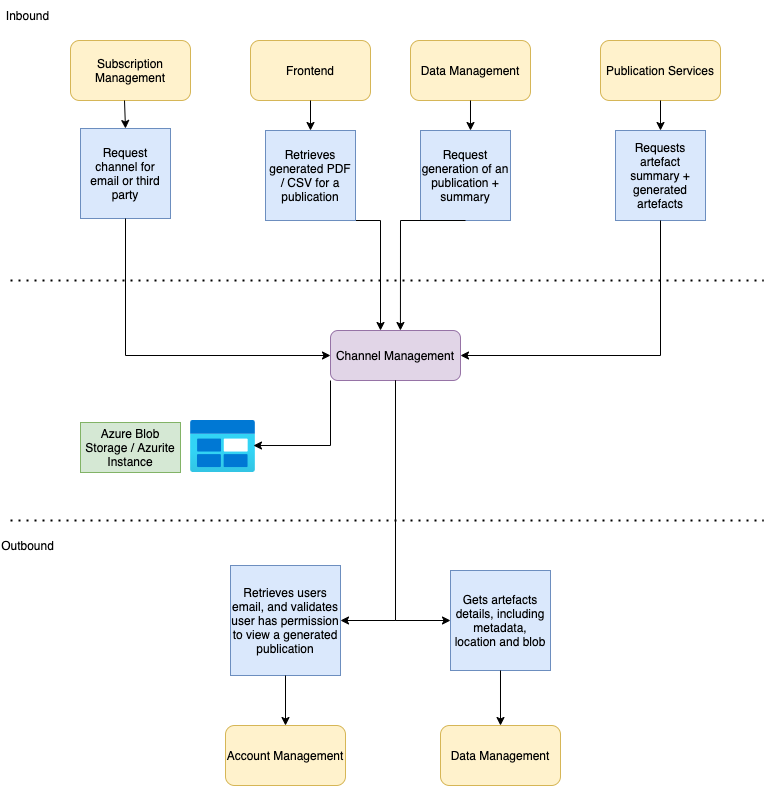
Before: channel-man-arch.png, a diagram exported from draw.io (hmcts/pip-channel-management). Source tidied: cells renumbered, new cells last; positions are measured from the earlier drawing's top-left corner, leaving out a move shared by most shapes.
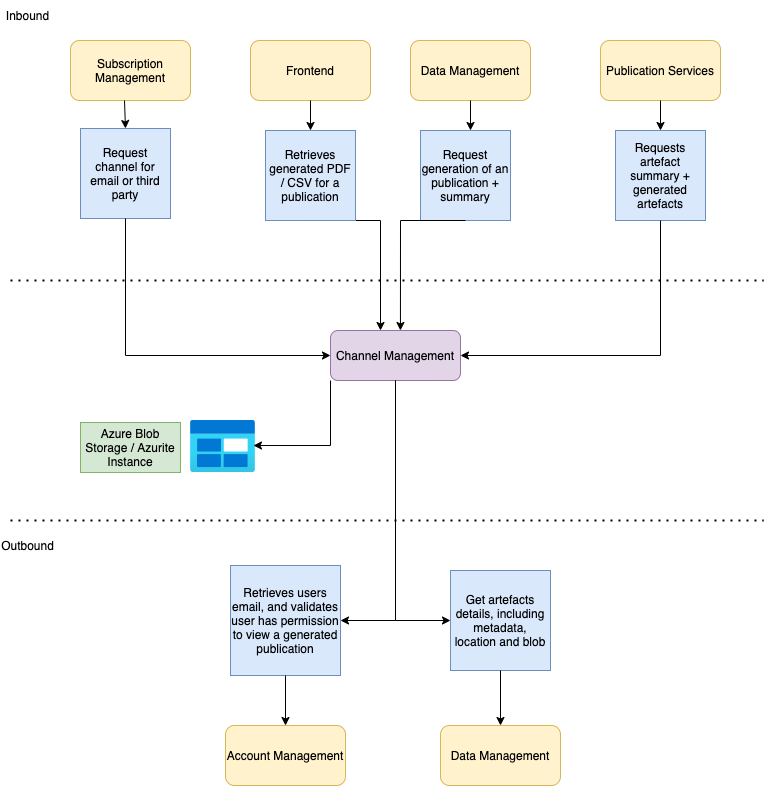
After the change.

Commit message:
PUB-1915 - Updated arch

What changed in the source:
```diff
@@ -37,7 +37,7 @@
     <mxCell id="11" value="Retrieves users email, and validates user has permission to view a generated publication" style="whiteSpace=wrap;html=1;fillColor=#dae8fc;strokeColor=#6c8ebf;" parent="1" vertex="1">
       <mxGeometry x="230" y="565" width="110" height="110" as="geometry" />
     </mxCell>
-    <mxCell id="12" value="Gets artefacts details, including metadata, location and blob" style="whiteSpace=wrap;html=1;fillColor=#dae8fc;strokeColor=#6c8ebf;" parent="1" vertex="1">
+    <mxCell id="12" value="Get artefacts details, including metadata, location and blob" style="whiteSpace=wrap;html=1;fillColor=#dae8fc;strokeColor=#6c8ebf;" parent="1" vertex="1">
       <mxGeometry x="450" y="570" width="100" height="100" as="geometry" />
     </mxCell>
     <mxCell id="13" style="endArrow=classic;html=1;rounded=0;exitX=0.5;exitY=1;exitDx=0;exitDy=0;entryX=0.5;entryY=0;entryDx=0;entryDy=0;" parent="1" edge="1" source="11" target="9">
```
